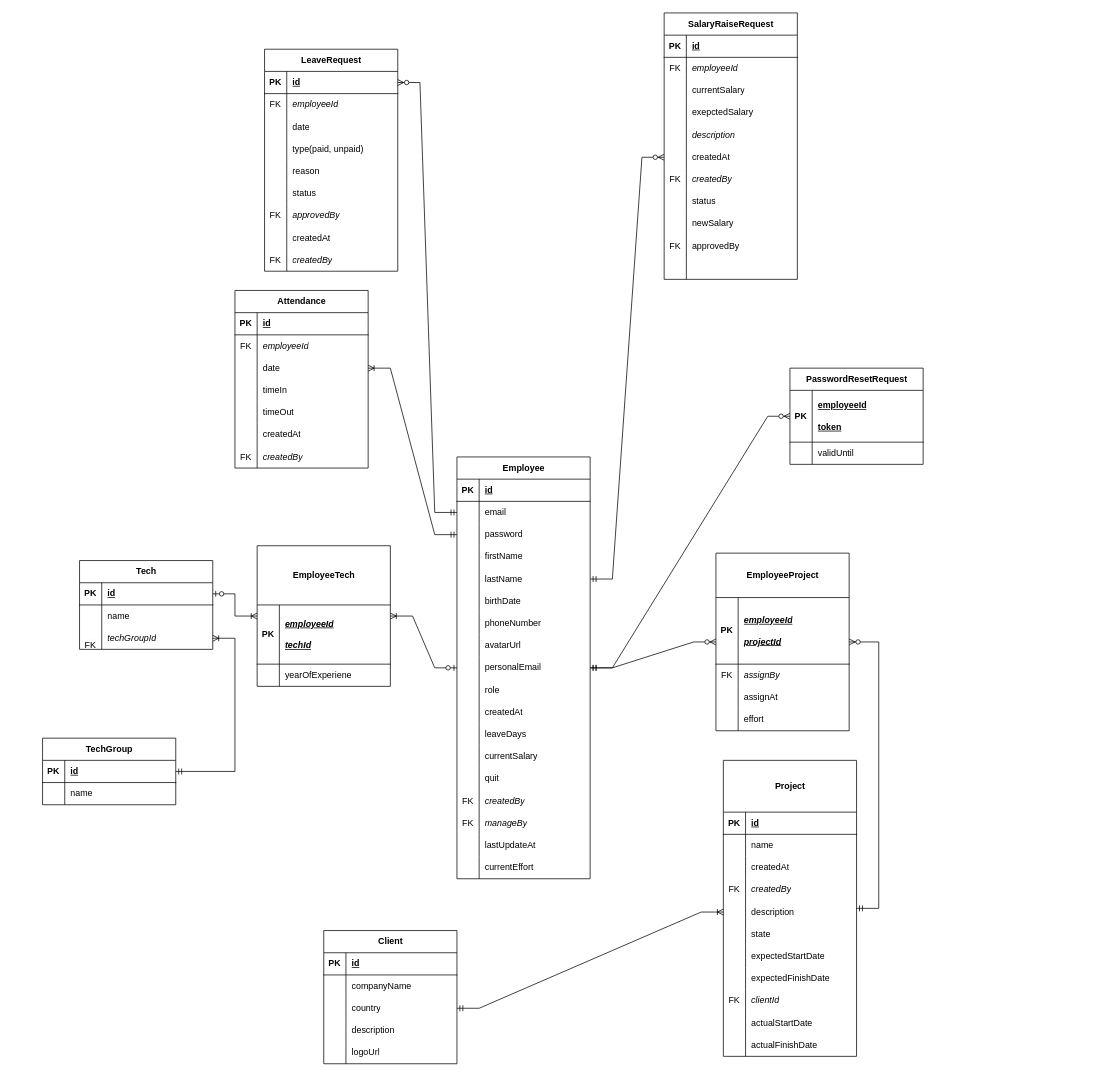
LeQuiLong7/VMO_HumanManagementProject keeps this draw.io diagram as EntityRelationshipDiagram.drawio. Above is the earlier version. Source tidied: cells renumbered, new cells numbered last; positions are measured from the earlier drawing's top-left corner, leaving out a move shared by most shapes. Both pictures are drawn from the tidied source at 74%, with x=0, y=0 at pixel (-172, 13).
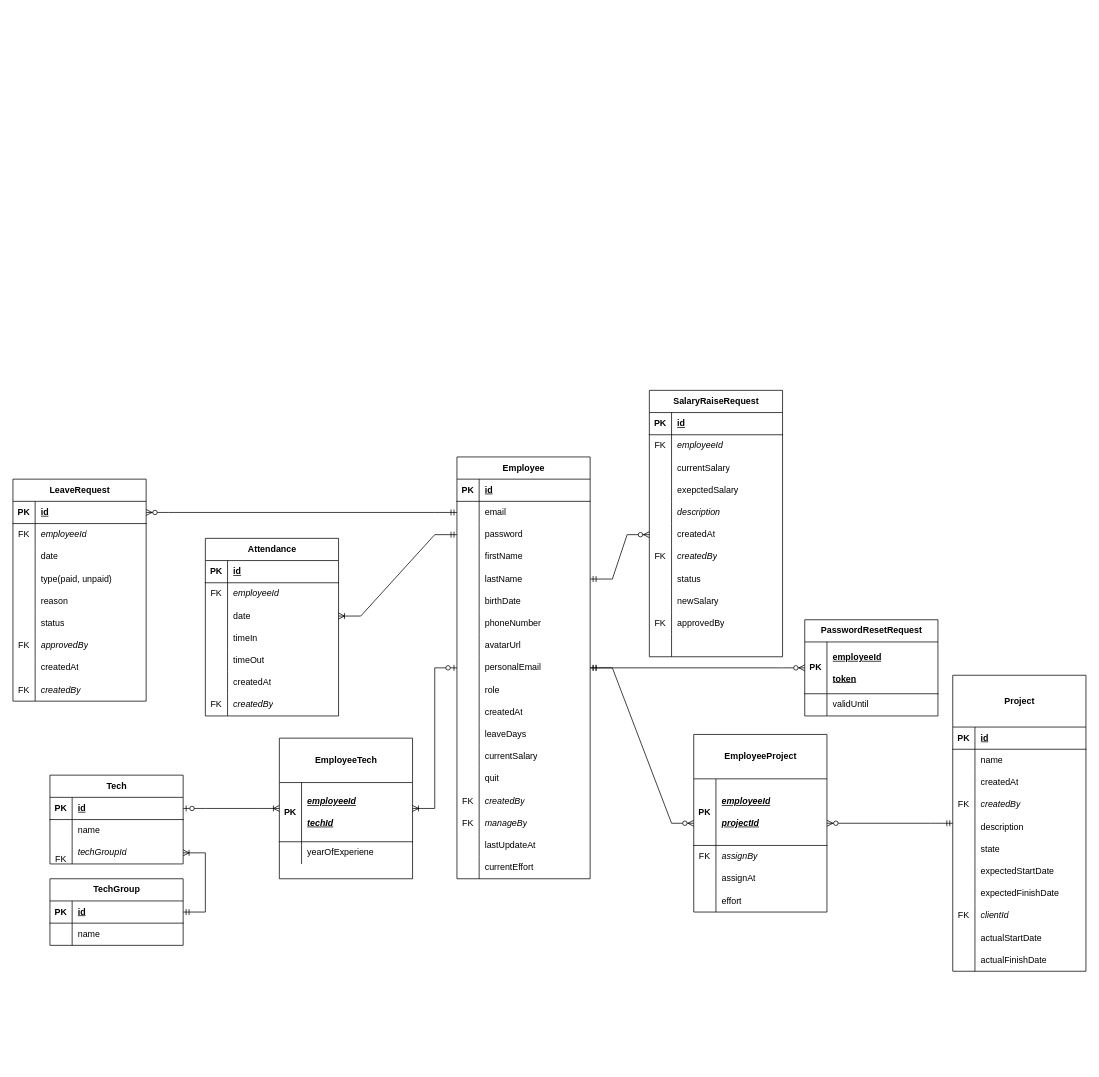
The same page after the edit.

Commit message (it also covers changes not shown here):
add slides, use case diagram

Unchanged cells that the change refers to:
```xml
<mxCell id="32" style="shape=tableRow;horizontal=0;startSize=0;swimlaneHead=0;swimlaneBody=0;fillColor=none;points=[[0,0.5],[1,0.5]];portConstraint=eastwest;top=0;left=0;right=0;bottom=0;" parent="19" vertex="1">
  <mxGeometry y="190" width="180" height="30" as="geometry" />
</mxCell>
```

Change to the diagram source:
```diff
@@
     <mxCell id="2" value="Tech" style="shape=table;startSize=30;childLayout=tableLayout;rowLines=0;fontStyle=1;align=center;html=1;" parent="1" vertex="1">
-      <mxGeometry x="340" y="740" width="180" height="120" as="geometry" />
+      <mxGeometry x="300" y="1030" width="180" height="120" as="geometry" />
     </mxCell>
@@
     <mxCell id="12" value="TechGroup" style="shape=table;startSize=30;childLayout=tableLayout;rowLines=0;fontStyle=1;align=center;html=1;" parent="1" vertex="1">
-      <mxGeometry x="290" y="980" width="180" height="90" as="geometry" />
+      <mxGeometry x="300" y="1170" width="180" height="90" as="geometry" />
     </mxCell>
@@
     <mxCell id="19" value="Project" style="shape=table;startSize=70;childLayout=tableLayout;rowLines=0;fontStyle=1;align=center;html=1;" parent="1" vertex="1">
-      <mxGeometry x="1210" y="1010" width="180" height="400" as="geometry" />
+      <mxGeometry x="1520" y="895" width="180" height="400" as="geometry" />
     </mxCell>
@@
-    <mxCell id="53" value="Client" style="shape=table;startSize=30;childLayout=tableLayout;rowLines=0;fontStyle=1;align=center;html=1;" parent="1" vertex="1">
-      <mxGeometry x="670" y="1240" width="180" height="180" as="geometry" />
-    </mxCell>
-    <mxCell id="54" style="shape=tableRow;horizontal=0;startSize=0;swimlaneHead=0;swimlaneBody=0;fillColor=none;top=0;left=0;right=0;bottom=1;" parent="53" vertex="1">
-      <mxGeometry y="30" width="180" height="30" as="geometry" />
-    </mxCell>
-    <mxCell id="55" value="PK" style="shape=partialRectangle;fillColor=none;top=0;left=0;bottom=0;right=0;fontStyle=1;overflow=hidden;whiteSpace=wrap;html=1;" parent="54" vertex="1">
-      <mxGeometry width="30" height="30" as="geometry" />
-    </mxCell>
-    <mxCell id="56" value="id" style="shape=partialRectangle;fillColor=none;top=0;left=0;bottom=0;right=0;align=left;spacingLeft=6;fontStyle=5;overflow=hidden;whiteSpace=wrap;html=1;" parent="54" vertex="1">
-      <mxGeometry x="30" width="150" height="30" as="geometry" />
-    </mxCell>
-    <mxCell id="57" style="shape=tableRow;horizontal=0;startSize=0;swimlaneHead=0;swimlaneBody=0;fillColor=none;top=0;left=0;right=0;bottom=0;" parent="53" vertex="1">
-      <mxGeometry y="60" width="180" height="30" as="geometry" />
-    </mxCell>
-    <mxCell id="58" style="shape=partialRectangle;fillColor=none;top=0;left=0;bottom=0;right=0;overflow=hidden;whiteSpace=wrap;html=1;" parent="57" vertex="1">
-      <mxGeometry width="30" height="30" as="geometry" />
-    </mxCell>
-    <mxCell id="59" value="companyName" style="shape=partialRectangle;fillColor=none;top=0;left=0;bottom=0;right=0;align=left;spacingLeft=6;overflow=hidden;whiteSpace=wrap;html=1;" parent="57" vertex="1">
-      <mxGeometry x="30" width="150" height="30" as="geometry" />
-    </mxCell>
-    <mxCell id="60" style="shape=tableRow;horizontal=0;startSize=0;swimlaneHead=0;swimlaneBody=0;fillColor=none;points=[[0,0.5],[1,0.5]];portConstraint=eastwest;top=0;left=0;right=0;bottom=0;" parent="53" vertex="1">
-      <mxGeometry y="90" width="180" height="30" as="geometry" />
-    </mxCell>
-    <mxCell id="61" style="shape=partialRectangle;fillColor=none;top=0;left=0;bottom=0;right=0;overflow=hidden;whiteSpace=wrap;html=1;" parent="60" vertex="1">
-      <mxGeometry width="30" height="30" as="geometry" />
-    </mxCell>
-    <mxCell id="62" value="country" style="shape=partialRectangle;fillColor=none;top=0;left=0;bottom=0;right=0;align=left;spacingLeft=6;overflow=hidden;whiteSpace=wrap;html=1;" parent="60" vertex="1">
-      <mxGeometry x="30" width="150" height="30" as="geometry" />
-    </mxCell>
-    <mxCell id="63" style="shape=tableRow;horizontal=0;startSize=0;swimlaneHead=0;swimlaneBody=0;fillColor=none;top=0;left=0;right=0;bottom=0;" parent="53" vertex="1">
-      <mxGeometry y="120" width="180" height="30" as="geometry" />
-    </mxCell>
-    <mxCell id="64" style="shape=partialRectangle;fillColor=none;top=0;left=0;bottom=0;right=0;overflow=hidden;whiteSpace=wrap;html=1;" parent="63" vertex="1">
-      <mxGeometry width="30" height="30" as="geometry" />
-    </mxCell>
-    <mxCell id="65" value="description" style="shape=partialRectangle;fillColor=none;top=0;left=0;bottom=0;right=0;align=left;spacingLeft=6;overflow=hidden;whiteSpace=wrap;html=1;" parent="63" vertex="1">
-      <mxGeometry x="30" width="150" height="30" as="geometry" />
-    </mxCell>
-    <mxCell id="66" style="shape=tableRow;horizontal=0;startSize=0;swimlaneHead=0;swimlaneBody=0;fillColor=none;top=0;left=0;right=0;bottom=0;" parent="53" vertex="1">
-      <mxGeometry y="150" width="180" height="30" as="geometry" />
-    </mxCell>
-    <mxCell id="67" style="shape=partialRectangle;fillColor=none;top=0;left=0;bottom=0;right=0;overflow=hidden;whiteSpace=wrap;html=1;" parent="66" vertex="1">
-      <mxGeometry width="30" height="30" as="geometry" />
-    </mxCell>
-    <mxCell id="68" value="logoUrl" style="shape=partialRectangle;fillColor=none;top=0;left=0;bottom=0;right=0;align=left;spacingLeft=6;overflow=hidden;whiteSpace=wrap;html=1;" parent="66" vertex="1">
-      <mxGeometry x="30" width="150" height="30" as="geometry" />
-    </mxCell>
-    <mxCell id="69" value="EmployeeTech" style="shape=table;startSize=80;childLayout=tableLayout;rowLines=0;fontStyle=1;align=center;html=1;" parent="1" vertex="1">
-      <mxGeometry x="580" y="720" width="180" height="190" as="geometry" />
+    <mxCell id="69" value="EmployeeTech" style="shape=table;startSize=60;childLayout=tableLayout;rowLines=0;fontStyle=1;align=center;html=1;" parent="1" vertex="1">
+      <mxGeometry x="610" y="980" width="180" height="190" as="geometry" />
     </mxCell>
     <mxCell id="70" style="shape=tableRow;horizontal=0;startSize=0;swimlaneHead=0;swimlaneBody=0;fillColor=none;top=0;left=0;right=0;bottom=1;" parent="69" vertex="1">
-      <mxGeometry y="80" width="180" height="80" as="geometry" />
+      <mxGeometry y="60" width="180" height="80" as="geometry" />
     </mxCell>
@@
     <mxCell id="73" style="shape=tableRow;horizontal=0;startSize=0;swimlaneHead=0;swimlaneBody=0;fillColor=none;top=0;left=0;right=0;bottom=0;" parent="69" vertex="1">
-      <mxGeometry y="160" width="180" height="30" as="geometry" />
+      <mxGeometry y="140" width="180" height="30" as="geometry" />
     </mxCell>
@@
     <mxCell id="134" value="PasswordResetRequest" style="shape=table;startSize=30;childLayout=tableLayout;rowLines=0;fontStyle=1;align=center;html=1;" parent="1" vertex="1">
-      <mxGeometry x="1300" y="480" width="180" height="130" as="geometry" />
+      <mxGeometry x="1320" y="820" width="180" height="130" as="geometry" />
     </mxCell>
@@
     <mxCell id="141" value="Attendance" style="shape=table;startSize=30;childLayout=tableLayout;rowLines=0;fontStyle=1;align=center;html=1;" parent="1" vertex="1">
-      <mxGeometry x="550" y="375" width="180" height="240" as="geometry" />
+      <mxGeometry x="510" y="710" width="180" height="240" as="geometry" />
     </mxCell>
@@
     <mxCell id="163" value="LeaveRequest" style="shape=table;startSize=30;childLayout=tableLayout;rowLines=0;fontStyle=1;align=center;html=1;" parent="1" vertex="1">
-      <mxGeometry x="590" y="49" width="180" height="300" as="geometry" />
+      <mxGeometry x="250" y="630" width="180" height="300" as="geometry" />
     </mxCell>
@@
     <mxCell id="191" value="EmployeeProject" style="shape=table;startSize=60;childLayout=tableLayout;rowLines=0;fontStyle=1;align=center;html=1;" parent="1" vertex="1">
-      <mxGeometry x="1200" y="730" width="180" height="240" as="geometry" />
+      <mxGeometry x="1170" y="975" width="180" height="240" as="geometry" />
     </mxCell>
@@
     <mxCell id="209" value="SalaryRaiseRequest" style="shape=table;startSize=30;childLayout=tableLayout;rowLines=0;fontStyle=1;align=center;html=1;" parent="1" vertex="1">
-      <mxGeometry x="1130" width="180" height="360" as="geometry" />
+      <mxGeometry x="1110" y="510" width="180" height="360" as="geometry" />
     </mxCell>
@@
-    <mxCell id="244" style="edgeStyle=entityRelationEdgeStyle;fontSize=12;html=1;endArrow=ERoneToMany;startArrow=ERmandOne;rounded=0;" parent="1" edge="1" source="60" target="32">
-      <mxGeometry relative="1" as="geometry" />
-    </mxCell>
```
